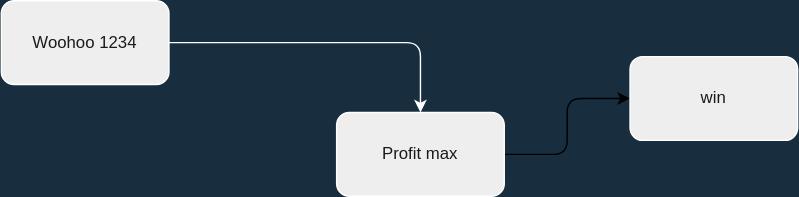
The draw.io diagram notion/Untitled Diagram.drawio.svg in NikoHadouken/diagrams, before a commit. Source tidied: cells renumbered, new cells last; positions are measured from the earlier drawing's top-left corner, leaving out a move shared by most shapes.
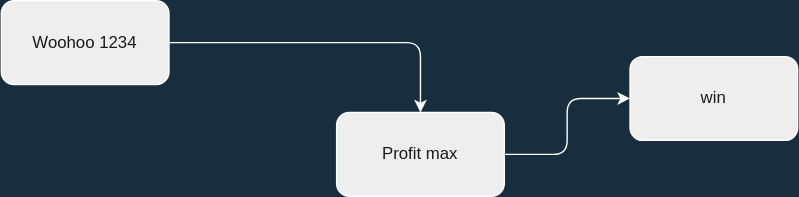
The same diagram one commit later.

Diff of the diagram source:
```diff
@@ -8,7 +8,7 @@
     <mxCell id="3" value="&lt;div&gt;Woohoo 1234&lt;/div&gt;" style="rounded=1;whiteSpace=wrap;html=1;fillColor=#EEEEEE;strokeColor=#FFFFFF;fontColor=#1A1A1A;" parent="1" vertex="1">
       <mxGeometry width="120" height="60" as="geometry" />
     </mxCell>
-    <mxCell id="4" style="edgeStyle=orthogonalEdgeStyle;html=1;entryX=0;entryY=0.5;entryDx=0;entryDy=0;rounded=1;strokeColor=default;" parent="1" edge="1" source="5" target="6">
+    <mxCell id="4" style="edgeStyle=orthogonalEdgeStyle;html=1;entryX=0;entryY=0.5;entryDx=0;entryDy=0;rounded=1;strokeColor=#FFFFFF;" parent="1" edge="1" source="5" target="6">
       <mxGeometry relative="1" as="geometry" />
     </mxCell>
     <mxCell id="5" value="Profit max" style="rounded=1;whiteSpace=wrap;html=1;fillColor=#EEEEEE;strokeColor=#FFFFFF;fontColor=#1A1A1A;" parent="1" vertex="1">
```
